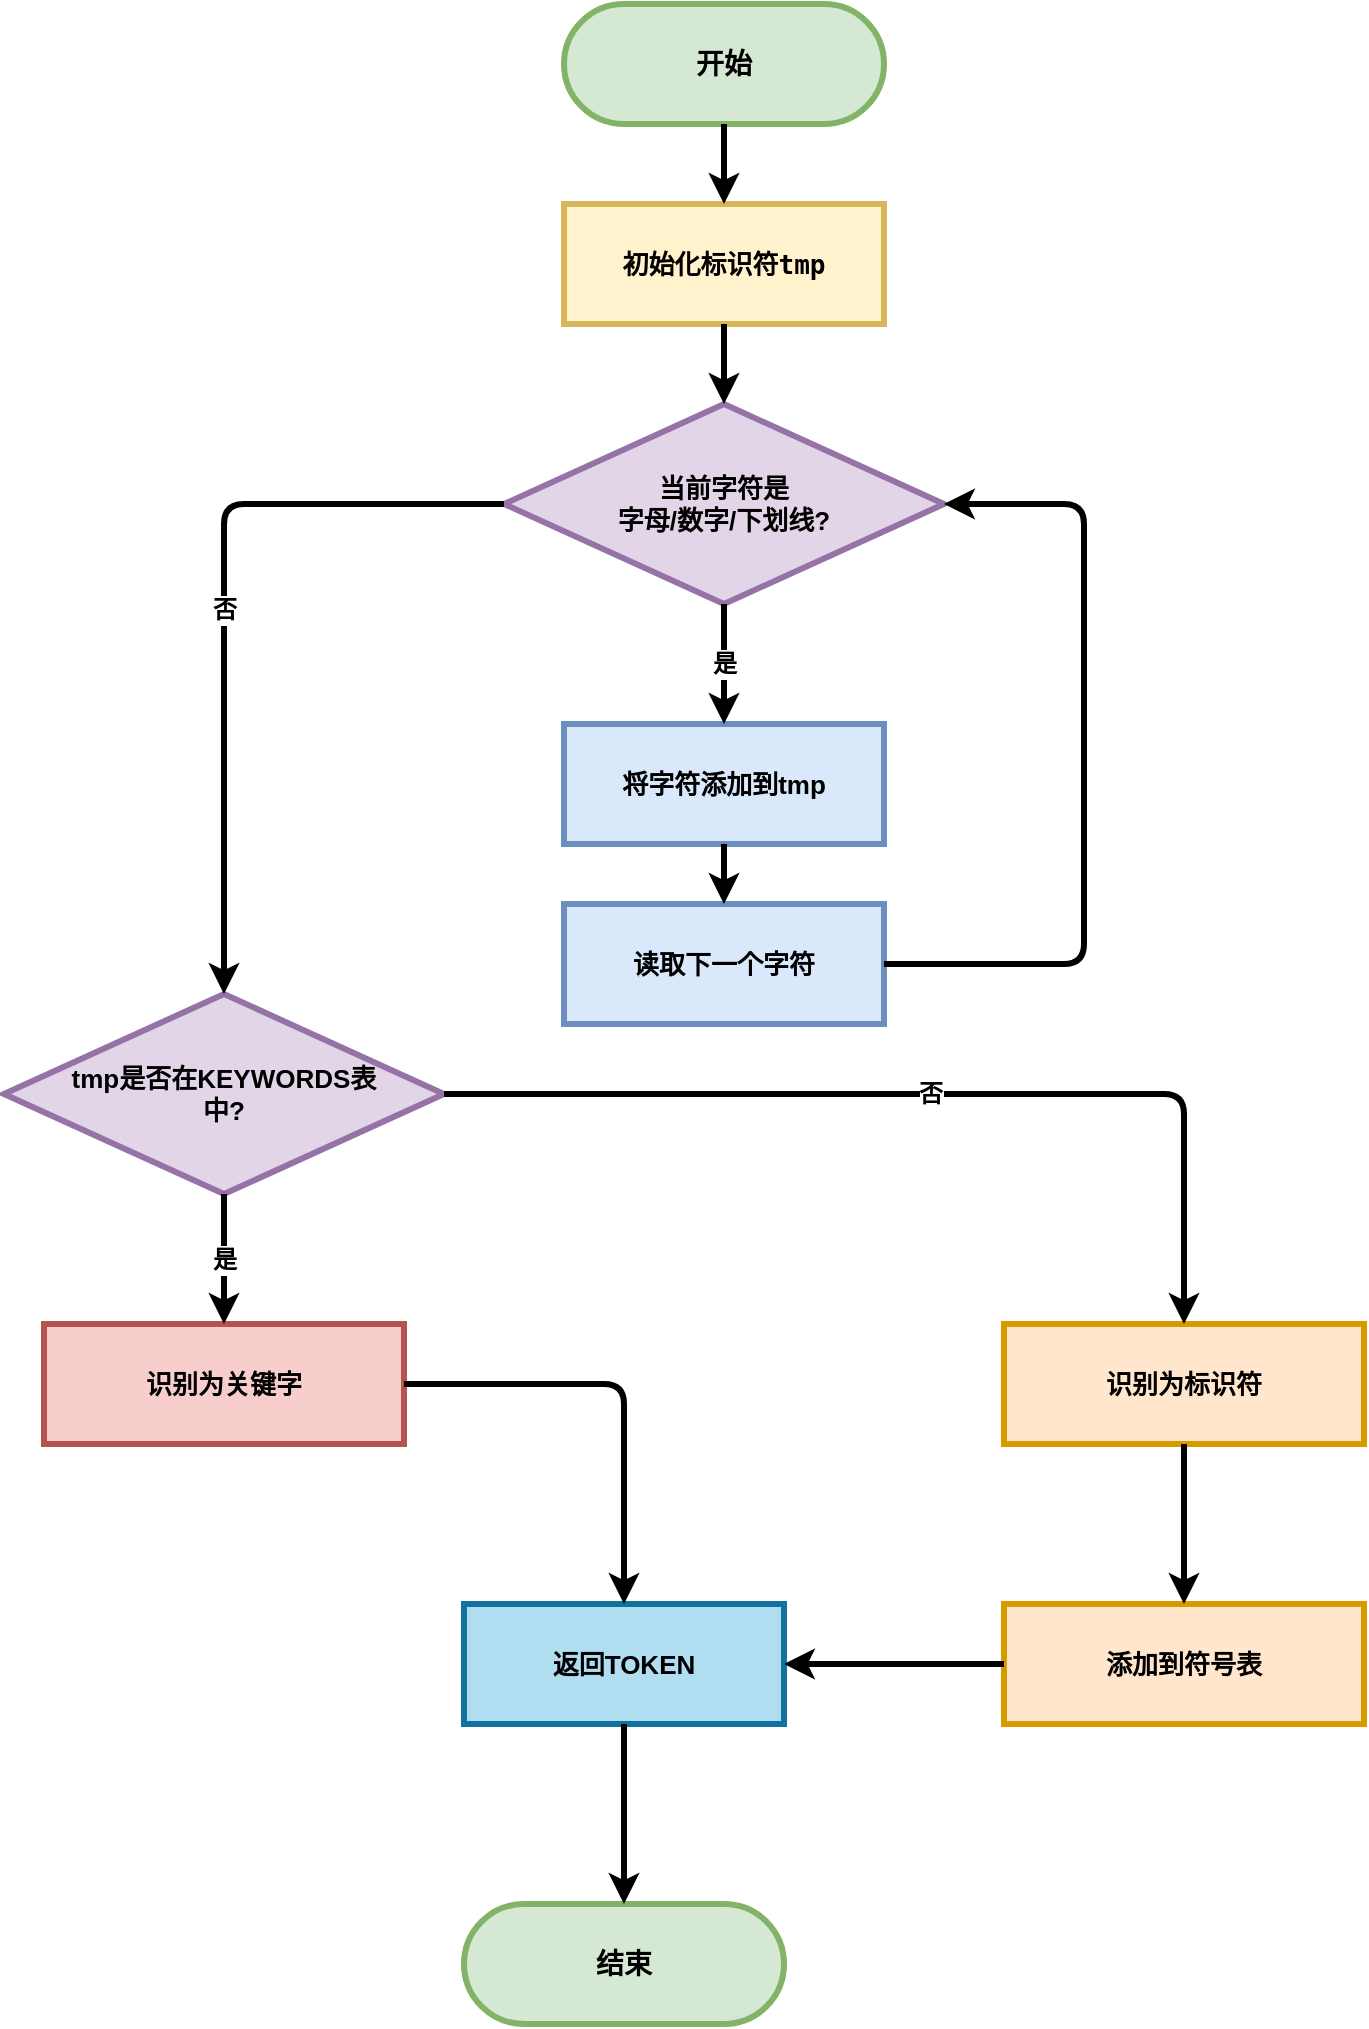
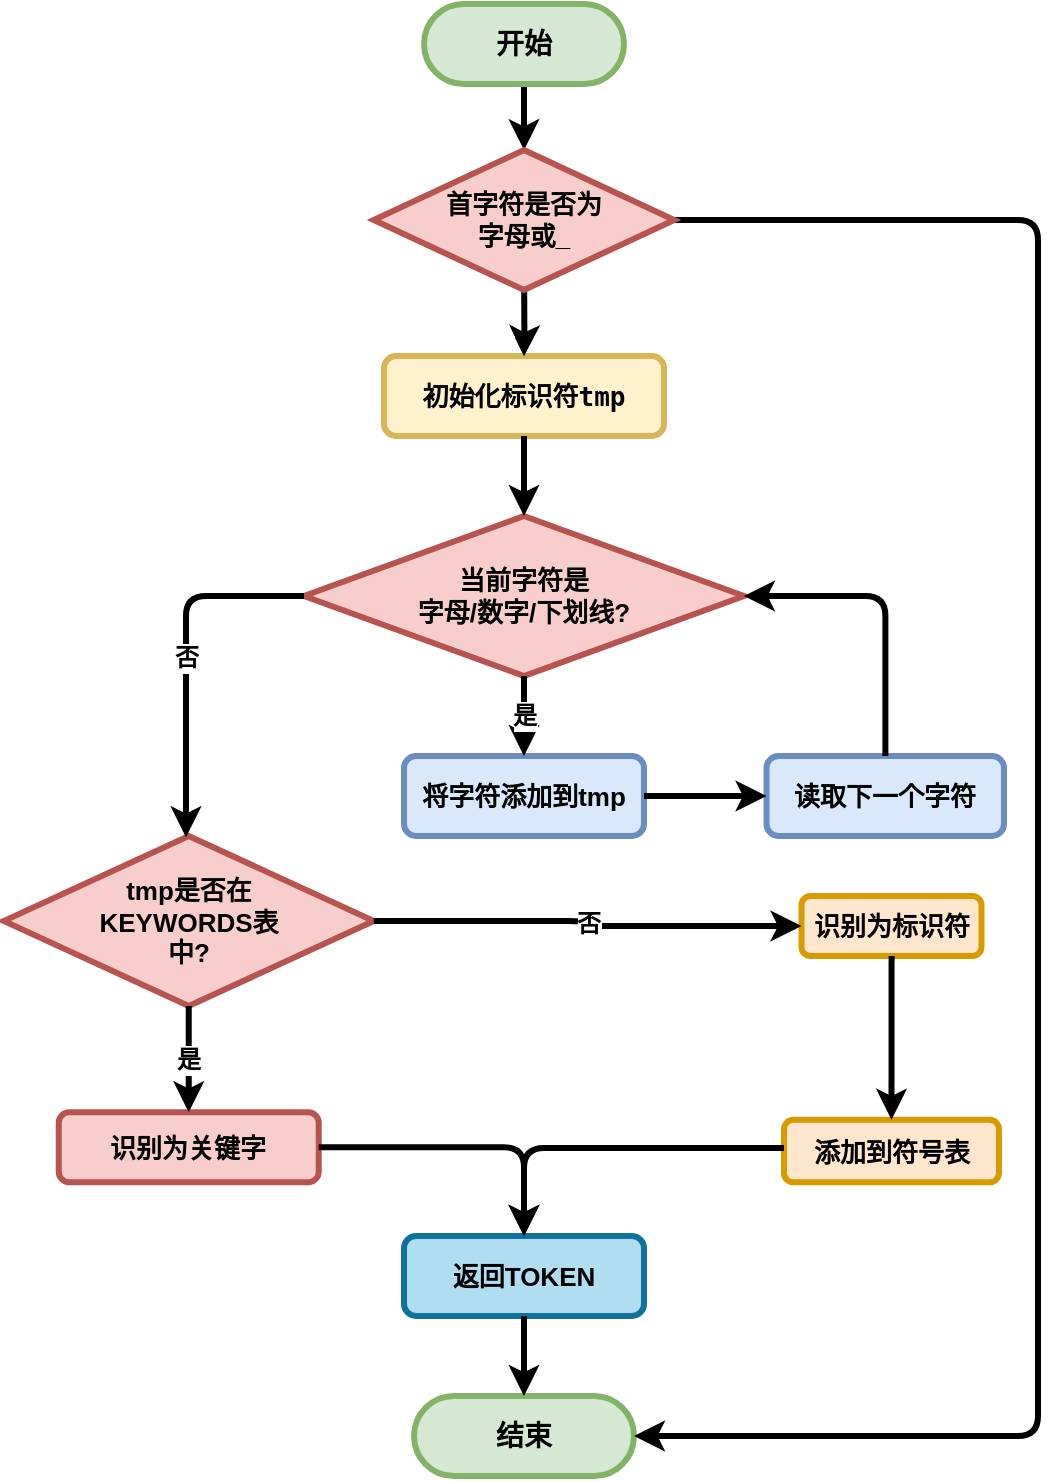
- <mxfile host="65bd71144e">
-     <diagram name="Page-1" id="c7558073-3199-34d8-9f00-42111426c3f3">
-         <mxGraphModel dx="1097" dy="859" grid="1" gridSize="10" guides="1" tooltips="1" connect="1" arrows="1" fold="1" page="1" pageScale="1" pageWidth="827" pageHeight="1169" math="0" shadow="0">
-             <root>
-                 <mxCell id="0"/>
-                 <mxCell id="1" parent="0"/>
-                 <mxCell id="start" value="&lt;b&gt;开始&lt;/b&gt;" style="rounded=1;whiteSpace=wrap;html=1;fillColor=#d5e8d4;strokeColor=#82b366;strokeWidth=3;fontStyle=1;fontSize=14;arcSize=50;" parent="1" vertex="1">
-                     <mxGeometry x="340" y="40" width="160" height="60" as="geometry"/>
-                 </mxCell>
-                 <mxCell id="init" value="&lt;pre style=&quot;font-variant-numeric: normal; font-variant-east-asian: normal; font-variant-alternates: normal; font-size-adjust: none; font-kerning: auto; font-optical-sizing: auto; font-feature-settings: normal; font-variation-settings: normal; font-variant-position: normal; font-variant-emoji: normal; font-stretch: normal; line-height: 22px; font-family: Menlo, Monaco, &amp;quot;Cascadia Mono&amp;quot;, Consolas, &amp;quot;Ubuntu Mono&amp;quot;, &amp;quot;DejaVu Sans Mono&amp;quot;, &amp;quot;Liberation Mono&amp;quot;, &amp;quot;JetBrains Mono&amp;quot;, &amp;quot;Fira Code&amp;quot;, Cousine, &amp;quot;Roboto Mono&amp;quot;, &amp;quot;Courier New&amp;quot;, Courier, sans-serif, system-ui; overflow: auto; text-wrap-mode: wrap; word-break: break-all; padding: 16px; text-align: start; margin: 0px !important;&quot;&gt;&lt;span class=&quot;token text string&quot;&gt;&lt;font style=&quot;color: rgb(0, 0, 0);&quot;&gt;初始化标识符&lt;/font&gt;&lt;/span&gt;tmp&lt;/pre&gt;" style="rounded=0;whiteSpace=wrap;html=1;fillColor=#fff2cc;strokeColor=#d6b656;strokeWidth=3;fontStyle=1;fontSize=13;" parent="1" vertex="1">
-                     <mxGeometry x="340" y="140" width="160" height="60" as="geometry"/>
-                 </mxCell>
-                 <mxCell id="check-char" value="&lt;b&gt;当前字符是&lt;br&gt;字母/数字/下划线?&lt;/b&gt;" style="rhombus;whiteSpace=wrap;html=1;fillColor=#e1d5e7;strokeColor=#9673a6;strokeWidth=3;fontStyle=1;fontSize=13;" parent="1" vertex="1">
-                     <mxGeometry x="310" y="240" width="220" height="100" as="geometry"/>
-                 </mxCell>
-                 <mxCell id="append" value="&lt;span style=&quot;color: rgb(0, 0, 0);&quot;&gt;&lt;font style=&quot;&quot;&gt;将字符添加到tmp&lt;/font&gt;&lt;/span&gt;" style="rounded=0;whiteSpace=wrap;html=1;fillColor=#dae8fc;strokeColor=#6c8ebf;strokeWidth=3;fontStyle=1;fontSize=13;" parent="1" vertex="1">
-                     <mxGeometry x="340" y="400" width="160" height="60" as="geometry"/>
-                 </mxCell>
-                 <mxCell id="next" value="&lt;span style=&quot;color: rgb(0, 0, 0);&quot;&gt;&lt;font style=&quot;&quot;&gt;读取下一个字符&lt;/font&gt;&lt;/span&gt;" style="rounded=0;whiteSpace=wrap;html=1;fillColor=#dae8fc;strokeColor=#6c8ebf;strokeWidth=3;fontStyle=1;fontSize=13;" parent="1" vertex="1">
-                     <mxGeometry x="340" y="490" width="160" height="60" as="geometry"/>
-                 </mxCell>
-                 <mxCell id="query-keywords" value="&lt;b&gt;tmp是否在KEYWORDS表&lt;br&gt;中?&lt;/b&gt;" style="rhombus;whiteSpace=wrap;html=1;fillColor=#e1d5e7;strokeColor=#9673a6;strokeWidth=3;fontStyle=1;fontSize=13;" parent="1" vertex="1">
-                     <mxGeometry x="60" y="535" width="220" height="100" as="geometry"/>
-                 </mxCell>
-                 <mxCell id="keyword" value="&lt;b&gt;识别为关键字&lt;/b&gt;" style="rounded=0;whiteSpace=wrap;html=1;fillColor=#f8cecc;strokeColor=#b85450;strokeWidth=3;fontStyle=1;fontSize=13;" parent="1" vertex="1">
-                     <mxGeometry x="80" y="700" width="180" height="60" as="geometry"/>
-                 </mxCell>
-                 <mxCell id="identifier" value="&lt;b&gt;识别为标识符&lt;/b&gt;" style="rounded=0;whiteSpace=wrap;html=1;fillColor=#ffe6cc;strokeColor=#d79b00;strokeWidth=3;fontStyle=1;fontSize=13;" parent="1" vertex="1">
-                     <mxGeometry x="560" y="700" width="180" height="60" as="geometry"/>
-                 </mxCell>
-                 <mxCell id="add-symbol" value="&lt;b&gt;添加到符号表&lt;/b&gt;" style="rounded=0;whiteSpace=wrap;html=1;fillColor=#ffe6cc;strokeColor=#d79b00;strokeWidth=3;fontStyle=1;fontSize=13;" parent="1" vertex="1">
-                     <mxGeometry x="560" y="840" width="180" height="60" as="geometry"/>
-                 </mxCell>
-                 <mxCell id="return" value="&lt;b&gt;返回TOKEN&lt;/b&gt;" style="rounded=0;whiteSpace=wrap;html=1;fillColor=#b1ddf0;strokeColor=#10739e;strokeWidth=3;fontStyle=1;fontSize=13;" parent="1" vertex="1">
-                     <mxGeometry x="290" y="840" width="160" height="60" as="geometry"/>
-                 </mxCell>
-                 <mxCell id="end" value="&lt;b&gt;结束&lt;/b&gt;" style="rounded=1;whiteSpace=wrap;html=1;fillColor=#d5e8d4;strokeColor=#82b366;strokeWidth=3;fontStyle=1;fontSize=14;arcSize=50;" parent="1" vertex="1">
-                     <mxGeometry x="290" y="990" width="160" height="60" as="geometry"/>
-                 </mxCell>
-                 <mxCell id="edge-start-init" value="" style="edgeStyle=orthogonalEdgeStyle;rounded=1;orthogonalLoop=1;jettySize=auto;html=1;strokeWidth=3;endArrow=classic;jumpStyle=arc;jumpSize=6;" parent="1" source="start" target="init" edge="1">
-                     <mxGeometry relative="1" as="geometry"/>
-                 </mxCell>
-                 <mxCell id="edge-init-check" value="" style="edgeStyle=orthogonalEdgeStyle;rounded=1;orthogonalLoop=1;jettySize=auto;html=1;strokeWidth=3;endArrow=classic;jumpStyle=arc;jumpSize=6;" parent="1" source="init" target="check-char" edge="1">
-                     <mxGeometry relative="1" as="geometry"/>
-                 </mxCell>
-                 <mxCell id="edge-check-append" value="&lt;b&gt;是&lt;/b&gt;" style="edgeStyle=orthogonalEdgeStyle;rounded=1;orthogonalLoop=1;jettySize=auto;html=1;strokeWidth=3;endArrow=classic;jumpStyle=arc;jumpSize=6;fontStyle=1;fontSize=12;" parent="1" source="check-char" target="append" edge="1">
-                     <mxGeometry relative="1" as="geometry"/>
-                 </mxCell>
-                 <mxCell id="edge-append-next" value="" style="edgeStyle=orthogonalEdgeStyle;rounded=1;orthogonalLoop=1;jettySize=auto;html=1;strokeWidth=3;endArrow=classic;jumpStyle=arc;jumpSize=6;" parent="1" source="append" target="next" edge="1">
-                     <mxGeometry relative="1" as="geometry"/>
-                 </mxCell>
-                 <mxCell id="edge-next-check" value="" style="edgeStyle=orthogonalEdgeStyle;rounded=1;orthogonalLoop=1;jettySize=auto;html=1;strokeWidth=3;endArrow=classic;jumpStyle=arc;jumpSize=6;" parent="1" source="next" target="check-char" edge="1">
-                     <mxGeometry relative="1" as="geometry">
-                         <Array as="points">
-                             <mxPoint x="600" y="520"/>
-                             <mxPoint x="600" y="290"/>
-                         </Array>
-                     </mxGeometry>
-                 </mxCell>
-                 <mxCell id="edge-check-query" value="&lt;b&gt;否&lt;/b&gt;" style="edgeStyle=orthogonalEdgeStyle;rounded=1;orthogonalLoop=1;jettySize=auto;html=1;strokeWidth=3;endArrow=classic;jumpStyle=arc;jumpSize=6;fontStyle=1;fontSize=12;" parent="1" source="check-char" target="query-keywords" edge="1">
-                     <mxGeometry relative="1" as="geometry"/>
-                 </mxCell>
-                 <mxCell id="edge-query-keyword" value="&lt;b&gt;是&lt;/b&gt;" style="edgeStyle=orthogonalEdgeStyle;rounded=1;orthogonalLoop=1;jettySize=auto;html=1;strokeWidth=3;endArrow=classic;jumpStyle=arc;jumpSize=6;fontStyle=1;fontSize=12;" parent="1" source="query-keywords" target="keyword" edge="1">
-                     <mxGeometry relative="1" as="geometry"/>
-                 </mxCell>
-                 <mxCell id="edge-query-identifier" value="&lt;b&gt;否&lt;/b&gt;" style="edgeStyle=orthogonalEdgeStyle;rounded=1;orthogonalLoop=1;jettySize=auto;html=1;strokeWidth=3;endArrow=classic;jumpStyle=arc;jumpSize=6;fontStyle=1;fontSize=12;" parent="1" source="query-keywords" target="identifier" edge="1">
-                     <mxGeometry relative="1" as="geometry"/>
-                 </mxCell>
-                 <mxCell id="edge-identifier-add" value="" style="edgeStyle=orthogonalEdgeStyle;rounded=1;orthogonalLoop=1;jettySize=auto;html=1;strokeWidth=3;endArrow=classic;jumpStyle=arc;jumpSize=6;" parent="1" source="identifier" target="add-symbol" edge="1">
-                     <mxGeometry relative="1" as="geometry"/>
-                 </mxCell>
-                 <mxCell id="edge-keyword-return" value="" style="edgeStyle=orthogonalEdgeStyle;rounded=1;orthogonalLoop=1;jettySize=auto;html=1;strokeWidth=3;endArrow=classic;jumpStyle=arc;jumpSize=6;" parent="1" source="keyword" target="return" edge="1">
-                     <mxGeometry relative="1" as="geometry"/>
-                 </mxCell>
-                 <mxCell id="edge-add-return" value="" style="edgeStyle=orthogonalEdgeStyle;rounded=1;orthogonalLoop=1;jettySize=auto;html=1;strokeWidth=3;endArrow=classic;jumpStyle=arc;jumpSize=6;" parent="1" source="add-symbol" target="return" edge="1">
-                     <mxGeometry relative="1" as="geometry"/>
-                 </mxCell>
-                 <mxCell id="edge-return-end" value="" style="edgeStyle=orthogonalEdgeStyle;rounded=1;orthogonalLoop=1;jettySize=auto;html=1;strokeWidth=3;endArrow=classic;jumpStyle=arc;jumpSize=6;" parent="1" source="return" target="end" edge="1">
-                     <mxGeometry relative="1" as="geometry"/>
-                 </mxCell>
-             </root>
-         </mxGraphModel>
-     </diagram>
- </mxfile>+ <mxfile host="app.diagrams.net" agent="Mozilla/5.0 (Windows NT 10.0; Win64; x64) AppleWebKit/537.36 (KHTML, like Gecko) Chrome/141.0.0.0 Safari/537.36" version="28.2.5">
+   <diagram name="Page-1" id="c7558073-3199-34d8-9f00-42111426c3f3">
+     <mxGraphModel dx="1277" dy="751" grid="0" gridSize="10" guides="1" tooltips="1" connect="1" arrows="1" fold="1" page="1" pageScale="1" pageWidth="827" pageHeight="1169" math="0" shadow="0">
+       <root>
+         <mxCell id="0" />
+         <mxCell id="1" parent="0" />
+         <mxCell id="-mE04ZevAfgTk3jJLyEo-5" value="" style="edgeStyle=orthogonalEdgeStyle;rounded=1;orthogonalLoop=1;jettySize=auto;html=1;strokeWidth=3;curved=0;" edge="1" parent="1" source="start" target="-mE04ZevAfgTk3jJLyEo-3">
+           <mxGeometry relative="1" as="geometry" />
+         </mxCell>
+         <mxCell id="start" value="&lt;b&gt;开始&lt;/b&gt;" style="rounded=1;whiteSpace=wrap;html=1;fillColor=#d5e8d4;strokeColor=#82b366;strokeWidth=3;fontStyle=1;fontSize=14;arcSize=50;" parent="1" vertex="1">
+           <mxGeometry x="384" y="63" width="100" height="40" as="geometry" />
+         </mxCell>
+         <mxCell id="init" value="&lt;pre style=&quot;font-variant-numeric: normal; font-variant-east-asian: normal; font-variant-alternates: normal; font-size-adjust: none; font-kerning: auto; font-optical-sizing: auto; font-feature-settings: normal; font-variation-settings: normal; font-variant-position: normal; font-variant-emoji: normal; font-stretch: normal; line-height: 22px; font-family: Menlo, Monaco, &amp;quot;Cascadia Mono&amp;quot;, Consolas, &amp;quot;Ubuntu Mono&amp;quot;, &amp;quot;DejaVu Sans Mono&amp;quot;, &amp;quot;Liberation Mono&amp;quot;, &amp;quot;JetBrains Mono&amp;quot;, &amp;quot;Fira Code&amp;quot;, Cousine, &amp;quot;Roboto Mono&amp;quot;, &amp;quot;Courier New&amp;quot;, Courier, sans-serif, system-ui; overflow: auto; text-wrap-mode: wrap; word-break: break-all; padding: 16px; text-align: start; margin: 0px !important;&quot;&gt;&lt;span class=&quot;token text string&quot;&gt;&lt;font style=&quot;color: rgb(0, 0, 0);&quot;&gt;初始化标识符&lt;/font&gt;&lt;/span&gt;tmp&lt;/pre&gt;" style="rounded=1;whiteSpace=wrap;html=1;fillColor=#fff2cc;strokeColor=#d6b656;strokeWidth=3;fontStyle=1;fontSize=13;" parent="1" vertex="1">
+           <mxGeometry x="364" y="239" width="140" height="40" as="geometry" />
+         </mxCell>
+         <mxCell id="check-char" value="&lt;b&gt;当前字符是&lt;br&gt;字母/数字/下划线?&lt;/b&gt;" style="rhombus;whiteSpace=wrap;html=1;fillColor=#f8cecc;strokeColor=#b85450;strokeWidth=3;fontStyle=1;fontSize=13;" parent="1" vertex="1">
+           <mxGeometry x="324" y="319" width="220" height="80" as="geometry" />
+         </mxCell>
+         <mxCell id="append" value="&lt;span style=&quot;color: rgb(0, 0, 0);&quot;&gt;&lt;font style=&quot;&quot;&gt;将字符添加到tmp&lt;/font&gt;&lt;/span&gt;" style="rounded=1;whiteSpace=wrap;html=1;fillColor=#dae8fc;strokeColor=#6c8ebf;strokeWidth=3;fontStyle=1;fontSize=13;" parent="1" vertex="1">
+           <mxGeometry x="374" y="439" width="120" height="40" as="geometry" />
+         </mxCell>
+         <mxCell id="next" value="&lt;span style=&quot;color: rgb(0, 0, 0);&quot;&gt;&lt;font style=&quot;&quot;&gt;读取下一个字符&lt;/font&gt;&lt;/span&gt;" style="rounded=1;whiteSpace=wrap;html=1;fillColor=#dae8fc;strokeColor=#6c8ebf;strokeWidth=3;fontStyle=1;fontSize=13;" parent="1" vertex="1">
+           <mxGeometry x="555.25" y="439" width="118.75" height="40" as="geometry" />
+         </mxCell>
+         <mxCell id="query-keywords" value="&lt;b&gt;tmp是否在&lt;/b&gt;&lt;div&gt;&lt;b&gt;KEYWORDS表&lt;br&gt;中?&lt;/b&gt;&lt;/div&gt;" style="rhombus;whiteSpace=wrap;html=1;fillColor=#f8cecc;strokeColor=#b85450;strokeWidth=3;fontStyle=1;fontSize=13;" parent="1" vertex="1">
+           <mxGeometry x="173.87" y="479" width="185" height="85" as="geometry" />
+         </mxCell>
+         <mxCell id="keyword" value="&lt;b&gt;识别为关键字&lt;/b&gt;" style="rounded=1;whiteSpace=wrap;html=1;fillColor=#f8cecc;strokeColor=#b85450;strokeWidth=3;fontStyle=1;fontSize=13;" parent="1" vertex="1">
+           <mxGeometry x="201.37" y="617.13" width="130" height="35" as="geometry" />
+         </mxCell>
+         <mxCell id="identifier" value="&lt;b&gt;识别为标识符&lt;/b&gt;" style="rounded=1;whiteSpace=wrap;html=1;fillColor=#ffe6cc;strokeColor=#d79b00;strokeWidth=3;fontStyle=1;fontSize=13;" parent="1" vertex="1">
+           <mxGeometry x="572.75" y="509" width="90" height="30" as="geometry" />
+         </mxCell>
+         <mxCell id="add-symbol" value="&lt;b&gt;添加到符号表&lt;/b&gt;" style="rounded=1;whiteSpace=wrap;html=1;fillColor=#ffe6cc;strokeColor=#d79b00;strokeWidth=3;fontStyle=1;fontSize=13;" parent="1" vertex="1">
+           <mxGeometry x="564" y="620.88" width="107.5" height="31.25" as="geometry" />
+         </mxCell>
+         <mxCell id="return" value="&lt;b&gt;返回TOKEN&lt;/b&gt;" style="rounded=1;whiteSpace=wrap;html=1;fillColor=#b1ddf0;strokeColor=#10739e;strokeWidth=3;fontStyle=1;fontSize=13;" parent="1" vertex="1">
+           <mxGeometry x="374" y="679" width="120" height="40" as="geometry" />
+         </mxCell>
+         <mxCell id="end" value="&lt;b&gt;结束&lt;/b&gt;" style="rounded=1;whiteSpace=wrap;html=1;fillColor=#d5e8d4;strokeColor=#82b366;strokeWidth=3;fontStyle=1;fontSize=14;arcSize=50;" parent="1" vertex="1">
+           <mxGeometry x="379" y="759" width="110" height="40" as="geometry" />
+         </mxCell>
+         <mxCell id="edge-start-init" value="" style="edgeStyle=orthogonalEdgeStyle;rounded=1;orthogonalLoop=1;jettySize=auto;html=1;strokeWidth=3;endArrow=classic;jumpStyle=arc;jumpSize=6;" parent="1" target="init" edge="1">
+           <mxGeometry relative="1" as="geometry">
+             <mxPoint x="434" y="189" as="sourcePoint" />
+           </mxGeometry>
+         </mxCell>
+         <mxCell id="edge-init-check" value="" style="edgeStyle=orthogonalEdgeStyle;rounded=1;orthogonalLoop=1;jettySize=auto;html=1;strokeWidth=3;endArrow=classic;jumpStyle=arc;jumpSize=6;" parent="1" source="init" target="check-char" edge="1">
+           <mxGeometry relative="1" as="geometry" />
+         </mxCell>
+         <mxCell id="edge-check-append" value="&lt;b&gt;是&lt;/b&gt;" style="edgeStyle=orthogonalEdgeStyle;rounded=1;orthogonalLoop=1;jettySize=auto;html=1;strokeWidth=3;endArrow=classic;jumpStyle=arc;jumpSize=6;fontStyle=1;fontSize=12;" parent="1" source="check-char" target="append" edge="1">
+           <mxGeometry relative="1" as="geometry" />
+         </mxCell>
+         <mxCell id="edge-append-next" value="" style="edgeStyle=orthogonalEdgeStyle;rounded=1;orthogonalLoop=1;jettySize=auto;html=1;strokeWidth=3;endArrow=classic;jumpStyle=arc;jumpSize=6;" parent="1" source="append" target="next" edge="1">
+           <mxGeometry relative="1" as="geometry" />
+         </mxCell>
+         <mxCell id="edge-next-check" value="" style="edgeStyle=orthogonalEdgeStyle;rounded=1;orthogonalLoop=1;jettySize=auto;html=1;strokeWidth=3;endArrow=classic;jumpStyle=arc;jumpSize=6;" parent="1" source="next" target="check-char" edge="1">
+           <mxGeometry relative="1" as="geometry">
+             <Array as="points">
+               <mxPoint x="615" y="359" />
+             </Array>
+           </mxGeometry>
+         </mxCell>
+         <mxCell id="edge-check-query" value="&lt;b&gt;否&lt;/b&gt;" style="edgeStyle=orthogonalEdgeStyle;rounded=1;orthogonalLoop=1;jettySize=auto;html=1;strokeWidth=3;endArrow=classic;jumpStyle=arc;jumpSize=6;fontStyle=1;fontSize=12;" parent="1" source="check-char" target="query-keywords" edge="1">
+           <mxGeometry relative="1" as="geometry">
+             <Array as="points">
+               <mxPoint x="265" y="359" />
+             </Array>
+           </mxGeometry>
+         </mxCell>
+         <mxCell id="edge-query-keyword" value="&lt;b&gt;是&lt;/b&gt;" style="edgeStyle=orthogonalEdgeStyle;rounded=1;orthogonalLoop=1;jettySize=auto;html=1;strokeWidth=3;endArrow=classic;jumpStyle=arc;jumpSize=6;fontStyle=1;fontSize=12;" parent="1" source="query-keywords" target="keyword" edge="1">
+           <mxGeometry relative="1" as="geometry" />
+         </mxCell>
+         <mxCell id="edge-query-identifier" value="&lt;b&gt;否&lt;/b&gt;" style="edgeStyle=orthogonalEdgeStyle;rounded=1;orthogonalLoop=1;jettySize=auto;html=1;strokeWidth=3;endArrow=classic;jumpStyle=arc;jumpSize=6;fontStyle=1;fontSize=12;" parent="1" source="query-keywords" target="identifier" edge="1">
+           <mxGeometry relative="1" as="geometry" />
+         </mxCell>
+         <mxCell id="edge-identifier-add" value="" style="edgeStyle=orthogonalEdgeStyle;rounded=1;orthogonalLoop=1;jettySize=auto;html=1;strokeWidth=3;endArrow=classic;jumpStyle=arc;jumpSize=6;" parent="1" source="identifier" target="add-symbol" edge="1">
+           <mxGeometry relative="1" as="geometry" />
+         </mxCell>
+         <mxCell id="edge-keyword-return" value="" style="edgeStyle=orthogonalEdgeStyle;rounded=1;orthogonalLoop=1;jettySize=auto;html=1;strokeWidth=3;endArrow=classic;jumpStyle=arc;jumpSize=6;" parent="1" source="keyword" target="return" edge="1">
+           <mxGeometry relative="1" as="geometry" />
+         </mxCell>
+         <mxCell id="edge-add-return" value="" style="edgeStyle=orthogonalEdgeStyle;rounded=1;orthogonalLoop=1;jettySize=auto;html=1;strokeWidth=3;endArrow=classic;jumpStyle=arc;jumpSize=6;" parent="1" source="add-symbol" target="return" edge="1">
+           <mxGeometry relative="1" as="geometry">
+             <Array as="points">
+               <mxPoint x="434" y="635" />
+             </Array>
+           </mxGeometry>
+         </mxCell>
+         <mxCell id="edge-return-end" value="" style="edgeStyle=orthogonalEdgeStyle;rounded=1;orthogonalLoop=1;jettySize=auto;html=1;strokeWidth=3;endArrow=classic;jumpStyle=arc;jumpSize=6;" parent="1" source="return" target="end" edge="1">
+           <mxGeometry relative="1" as="geometry" />
+         </mxCell>
+         <mxCell id="-mE04ZevAfgTk3jJLyEo-6" value="" style="edgeStyle=orthogonalEdgeStyle;rounded=0;orthogonalLoop=1;jettySize=auto;html=1;" edge="1" parent="1" source="-mE04ZevAfgTk3jJLyEo-3" target="init">
+           <mxGeometry relative="1" as="geometry" />
+         </mxCell>
+         <mxCell id="-mE04ZevAfgTk3jJLyEo-10" style="edgeStyle=orthogonalEdgeStyle;rounded=1;orthogonalLoop=1;jettySize=auto;html=1;entryX=1;entryY=0.5;entryDx=0;entryDy=0;curved=0;strokeWidth=3;" edge="1" parent="1" source="-mE04ZevAfgTk3jJLyEo-3" target="end">
+           <mxGeometry relative="1" as="geometry">
+             <mxPoint x="708" y="766" as="targetPoint" />
+             <Array as="points">
+               <mxPoint x="691" y="171" />
+               <mxPoint x="691" y="779" />
+             </Array>
+           </mxGeometry>
+         </mxCell>
+         <mxCell id="-mE04ZevAfgTk3jJLyEo-3" value="首字符是否为&lt;div&gt;字母或_&lt;/div&gt;" style="rhombus;whiteSpace=wrap;html=1;fillColor=#f8cecc;strokeColor=#b85450;strokeWidth=3;fontStyle=1;fontSize=13;" vertex="1" parent="1">
+           <mxGeometry x="358.87" y="136" width="150.25" height="70" as="geometry" />
+         </mxCell>
+       </root>
+     </mxGraphModel>
+   </diagram>
+ </mxfile>
